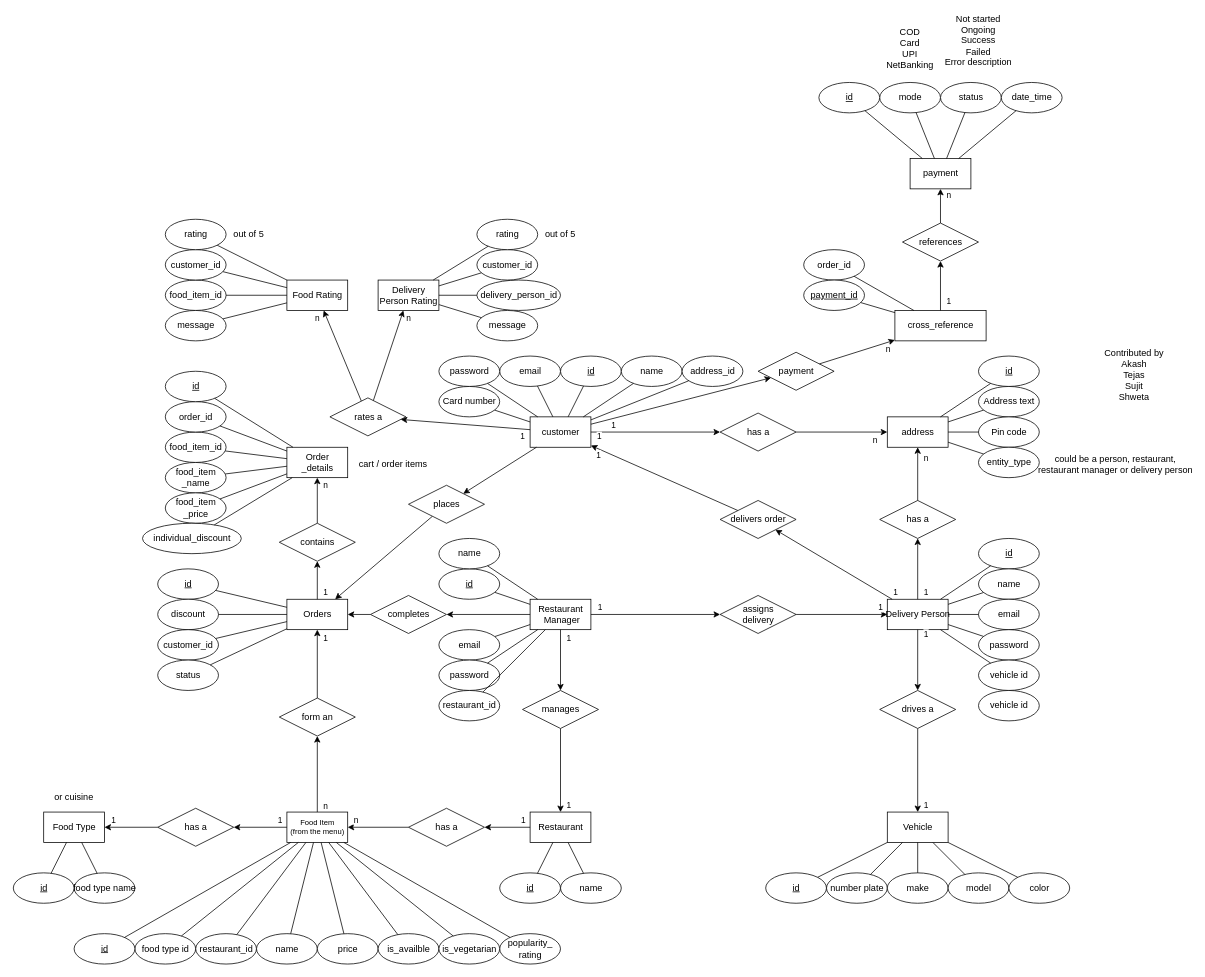
callofthewild/hunger-buzz keeps this draw.io diagram as diagrams/ER/ER diagram.drawio. Above is the earlier version. Source tidied: cells renumbered, new cells numbered last; positions are measured from the earlier drawing's top-left corner, leaving out a move shared by most shapes. Both pictures are drawn from the tidied source at 76%, with x=0, y=0 at pixel (13, 14).
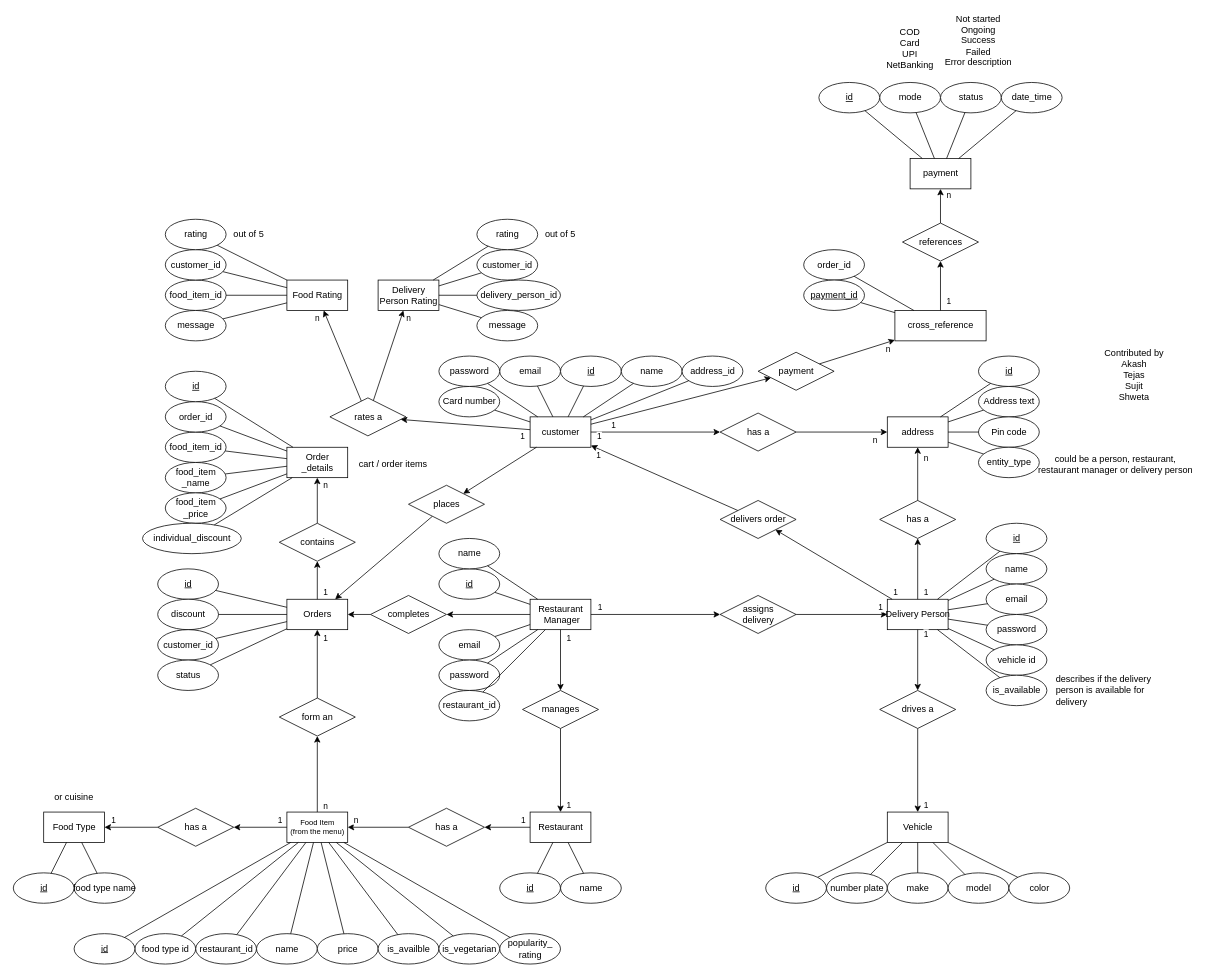
The same page after the edit.

Commit message:
Added is_available status to delivery person

Unchanged cells that the change refers to:
```xml
<mxCell id="26" value="Delivery Person" style="rounded=0;html=1;" parent="1" vertex="1">
  <mxGeometry x="1150" y="770" width="80" height="40" as="geometry" />
</mxCell>
```

What changed in the source:
```diff
@@
     <mxCell id="37" value="id" style="ellipse;html=1;align=center;fontStyle=4;" parent="1" vertex="1">
-      <mxGeometry x="1270" y="690" width="80" height="40" as="geometry" />
+      <mxGeometry x="1280" y="670" width="80" height="40" as="geometry" />
     </mxCell>
     <mxCell id="38" value="name" style="ellipse;html=1;align=center;" parent="1" vertex="1">
-      <mxGeometry x="1270" y="730" width="80" height="40" as="geometry" />
+      <mxGeometry x="1280" y="710" width="80" height="40" as="geometry" />
     </mxCell>
@@
     <mxCell id="41" value="email" style="ellipse;html=1;align=center;" parent="1" vertex="1">
-      <mxGeometry x="1270" y="770" width="80" height="40" as="geometry" />
+      <mxGeometry x="1280" y="750" width="80" height="40" as="geometry" />
     </mxCell>
     <mxCell id="42" value="password" style="ellipse;html=1;align=center;" parent="1" vertex="1">
-      <mxGeometry x="1270" y="810" width="80" height="40" as="geometry" />
+      <mxGeometry x="1280" y="790" width="80" height="40" as="geometry" />
     </mxCell>
     <mxCell id="43" value="vehicle id" style="ellipse;html=1;align=center;" parent="1" vertex="1">
-      <mxGeometry x="1270" y="850" width="80" height="40" as="geometry" />
+      <mxGeometry x="1280" y="830" width="80" height="40" as="geometry" />
     </mxCell>
@@
-    <mxCell id="176" value="vehicle id" style="ellipse;html=1;align=center;" parent="1" vertex="1">
-      <mxGeometry x="1270" y="890" width="80" height="40" as="geometry" />
+    <mxCell id="176" value="is_available" style="ellipse;html=1;align=center;" parent="1" vertex="1">
+      <mxGeometry x="1280" y="870" width="80" height="40" as="geometry" />
     </mxCell>
@@
+    <mxCell id="220" style="endArrow=none;html=1;rounded=0;" parent="1" edge="1" source="26" target="176">
+      <mxGeometry relative="1" as="geometry" />
+    </mxCell>
+    <mxCell id="221" value="describes if the delivery person is available for delivery" style="text;html=1;strokeColor=none;fillColor=none;align=left;verticalAlign=middle;whiteSpace=wrap;rounded=0;" parent="1" vertex="1">
+      <mxGeometry x="1370" y="875" width="160" height="30" as="geometry" />
+    </mxCell>
```
